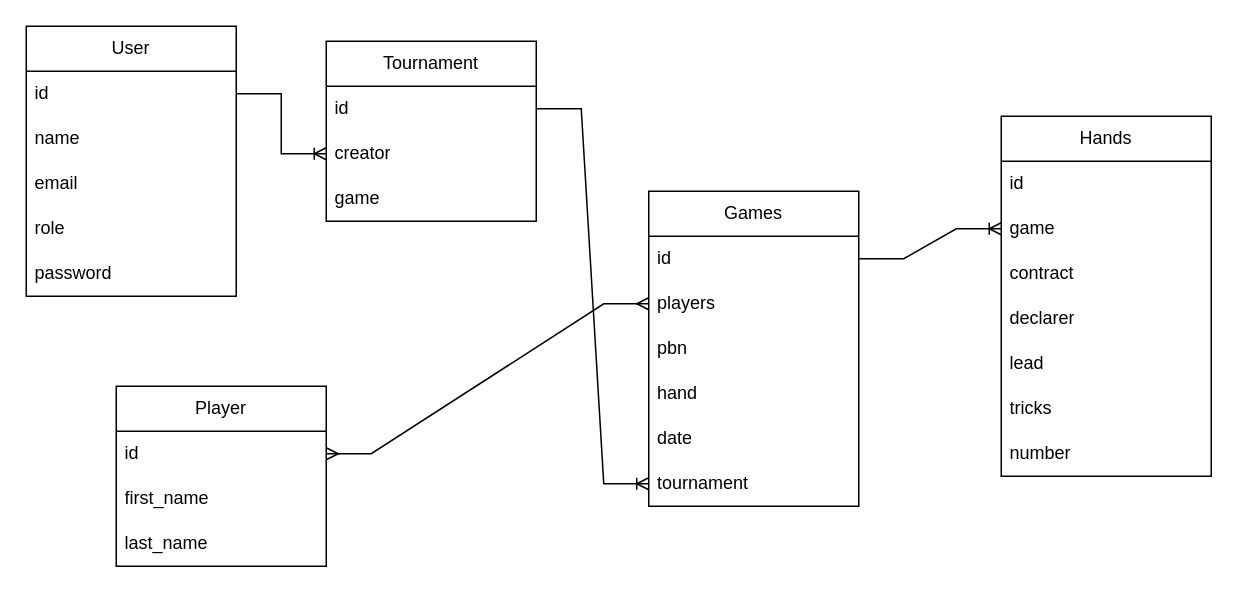
Earlier version of the draw.io diagram server/docs/bridge_games.drawio (MaxxZahar/BridgeGames). Source tidied: cells renumbered, new cells numbered last; positions are measured from the earlier drawing's top-left corner, leaving out a move shared by most shapes. Both pictures are drawn from the tidied source at 150%, with x=0, y=0 at pixel (26, 26).
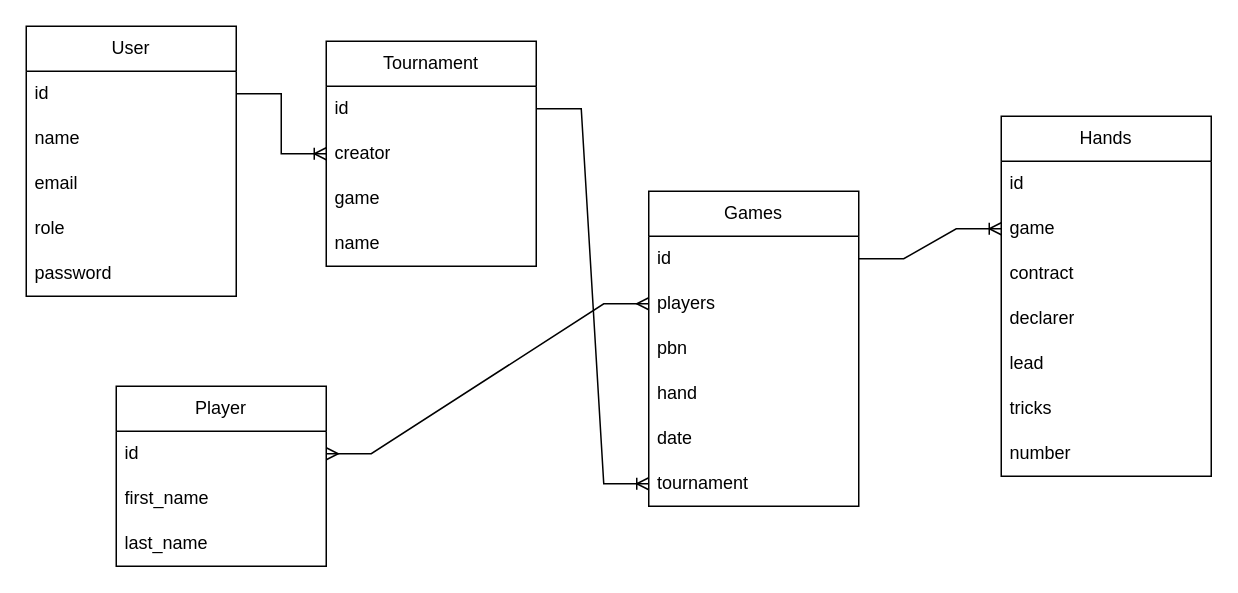
Above is the later version.

Change to the diagram source:
```diff
@@
     <mxCell id="28" value="Tournament" style="swimlane;fontStyle=0;horizontal=1;startSize=30;whiteSpace=wrap;html=1;" parent="1" vertex="1">
-      <mxGeometry x="200" y="10" width="140" height="120" as="geometry" />
+      <mxGeometry x="200" y="10" width="140" height="150" as="geometry" />
     </mxCell>
@@
+    <mxCell id="35" value="name" style="text;strokeColor=none;fillColor=none;align=left;verticalAlign=middle;spacingLeft=4;spacingRight=4;overflow=hidden;whiteSpace=wrap;html=1;" parent="28" vertex="1">
+      <mxGeometry y="120" width="140" height="30" as="geometry" />
+    </mxCell>
```
